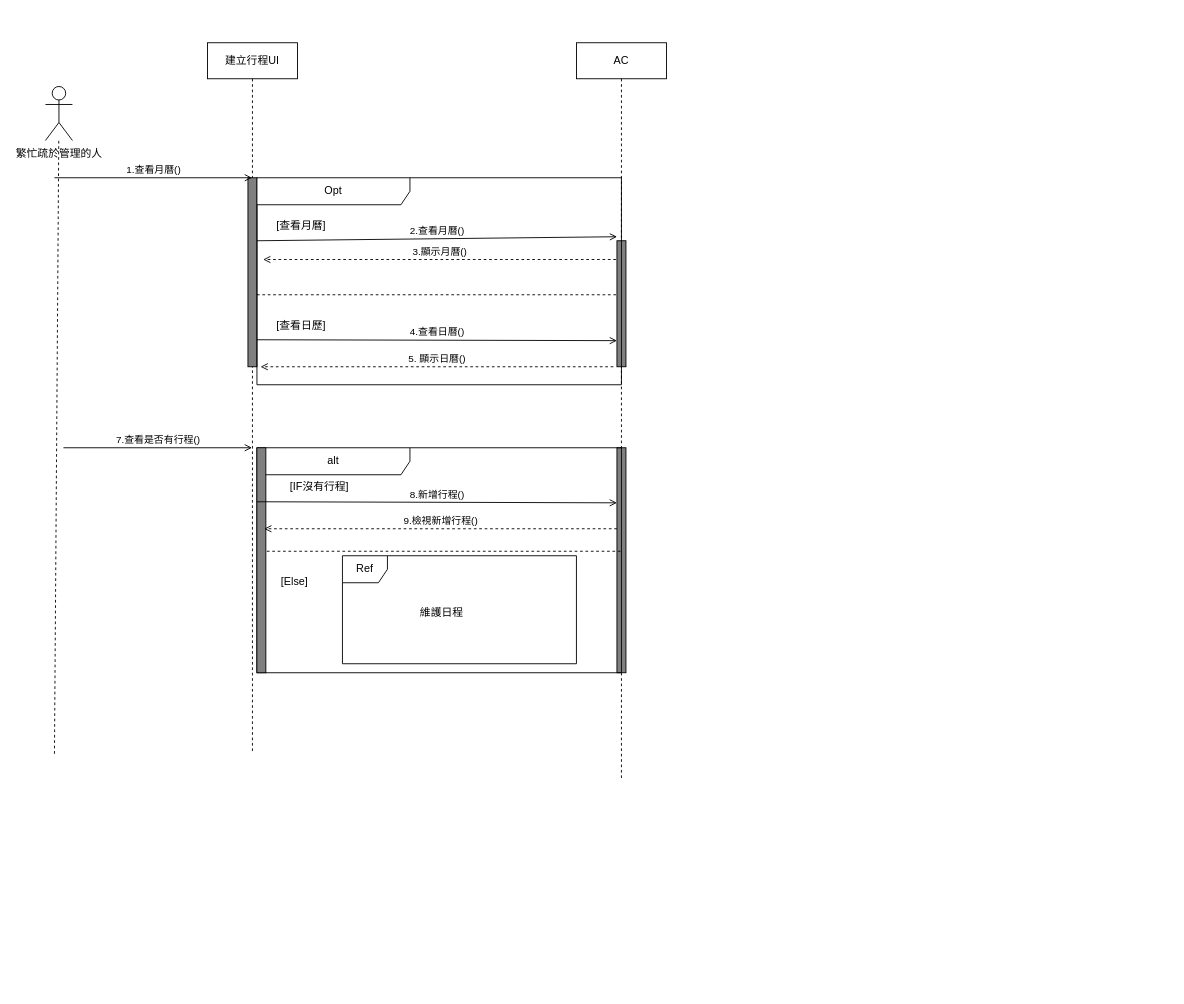
Kevincheng0804/Graduation-Topic keeps this draw.io diagram as 建立循序圖.drawio. Above is the earlier version. Source tidied: cells renumbered, new cells numbered last; positions are measured from the earlier drawing's top-left corner, leaving out a move shared by most shapes. Both pictures are drawn from the tidied source at 90%, with x=0, y=0 at pixel (45, 42).
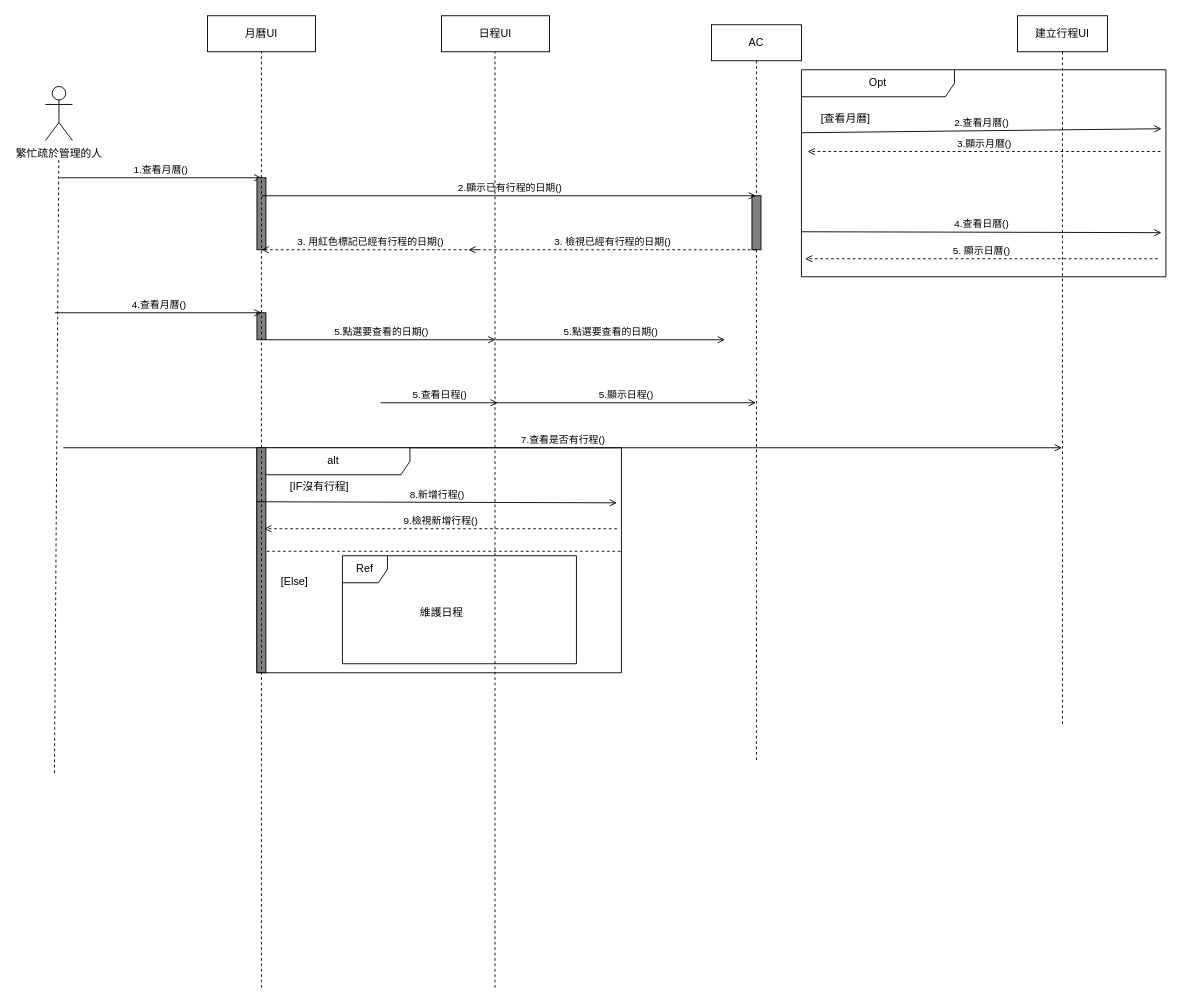
Above is the later version.

Commit message (it also covers changes not shown here):
更新建立循序圖.drawio

The change refers to these unchanged cells:
```xml
<mxCell id="2" value="繁忙疏於管理的人" style="shape=umlActor;verticalLabelPosition=bottom;verticalAlign=top;html=1;outlineConnect=0;" parent="1" vertex="1">
  <mxGeometry y="48.6" width="30" height="60" as="geometry" />
</mxCell>
```

The edit, as a diff of the source:
```diff
@@
     <mxCell id="3" value="AC" style="shape=umlLifeline;perimeter=lifelinePerimeter;whiteSpace=wrap;html=1;outlineConnect=0;portConstraint=eastwest;newEdgeStyle={&quot;edgeStyle&quot;:&quot;elbowEdgeStyle&quot;,&quot;elbow&quot;:&quot;vertical&quot;,&quot;curved&quot;:0,&quot;rounded&quot;:0};" parent="1" vertex="1">
-      <mxGeometry x="590" width="100" height="820" as="geometry" />
+      <mxGeometry x="740" y="-20" width="100" height="820" as="geometry" />
     </mxCell>
-    <mxCell id="4" style="html=1;perimeter=orthogonalPerimeter;targetShapes=umlLifeline;newEdgeStyle={&quot;curved&quot;:0,&quot;rounded&quot;:0};fillColor=#808080;" parent="3" vertex="1">
-      <mxGeometry x="45" y="220" width="10" height="140" as="geometry" />
-    </mxCell>
     <mxCell id="5" style="html=1;perimeter=orthogonalPerimeter;targetShapes=umlLifeline;newEdgeStyle={&quot;curved&quot;:0,&quot;rounded&quot;:0};fillColor=#808080;" parent="3" vertex="1">
-      <mxGeometry x="45" y="450" width="10" height="250" as="geometry" />
+      <mxGeometry x="45" y="190" width="10" height="60" as="geometry" />
     </mxCell>
     <mxCell id="6" value="建立行程UI" style="shape=umlLifeline;perimeter=lifelinePerimeter;whiteSpace=wrap;html=1;outlineConnect=0;portConstraint=eastwest;newEdgeStyle={&quot;edgeStyle&quot;:&quot;elbowEdgeStyle&quot;,&quot;elbow&quot;:&quot;vertical&quot;,&quot;curved&quot;:0,&quot;rounded&quot;:0};" parent="1" vertex="1">
-      <mxGeometry x="180" width="100" height="790" as="geometry" />
+      <mxGeometry x="1080" y="-30" width="100" height="790" as="geometry" />
     </mxCell>
-    <mxCell id="7" style="html=1;perimeter=orthogonalPerimeter;targetShapes=umlLifeline;newEdgeStyle={&quot;curved&quot;:0,&quot;rounded&quot;:0};fillColor=#808080;" parent="6" vertex="1">
-      <mxGeometry x="45" y="150" width="10" height="210" as="geometry" />
-    </mxCell>
-    <mxCell id="8" value="1.查看月曆()" style="html=1;verticalAlign=bottom;labelBackgroundColor=none;endArrow=open;endFill=0;rounded=0;" parent="1" edge="1" target="6">
+    <mxCell id="8" value="1.查看月曆()" style="html=1;verticalAlign=bottom;labelBackgroundColor=none;endArrow=open;endFill=0;rounded=0;" parent="1" edge="1">
       <mxGeometry relative="1" as="geometry">
-        <mxPoint x="10" y="150" as="sourcePoint" />
+        <mxPoint x="15.5" y="150" as="sourcePoint" />
+        <mxPoint x="240" y="150" as="targetPoint" />
       </mxGeometry>
     </mxCell>
-    <mxCell id="9" style="endArrow=none;dashed=1;html=1;rounded=0;" parent="1" edge="1" target="2">
+    <mxCell id="9" style="endArrow=none;dashed=1;html=1;rounded=0;" parent="1" edge="1">
       <mxGeometry relative="1" as="geometry">
-        <mxPoint x="10" y="790" as="sourcePoint" />
+        <mxPoint x="10" y="811.4" as="sourcePoint" />
+        <mxPoint x="14.8" y="130" as="targetPoint" />
       </mxGeometry>
     </mxCell>
     <mxCell id="10" value="Opt" style="shape=umlFrame;whiteSpace=wrap;html=1;width=170;" parent="1" vertex="1">
-      <mxGeometry x="235" y="150" width="405" height="230" as="geometry" />
+      <mxGeometry x="840" y="30" width="405" height="230" as="geometry" />
     </mxCell>
@@
-    <mxCell id="12" value="[查看日歷]" style="line;strokeWidth=1;dashed=1;labelPosition=center;verticalLabelPosition=bottom;align=left;verticalAlign=top;spacingLeft=20;spacingTop=15;html=1;whiteSpace=wrap;" parent="10" vertex="1">
-      <mxGeometry y="125" width="400" height="10" as="geometry" />
-    </mxCell>
@@
+    <mxCell id="26" value="月曆UI" style="rounded=0;whiteSpace=wrap;html=1;" parent="1" vertex="1">
+      <mxGeometry x="180" y="-30" width="120" height="40" as="geometry" />
+    </mxCell>
+    <mxCell id="27" value="日程UI" style="rounded=0;whiteSpace=wrap;html=1;" parent="1" vertex="1">
+      <mxGeometry x="440" y="-30" width="120" height="40" as="geometry" />
+    </mxCell>
+    <mxCell id="7" style="html=1;perimeter=orthogonalPerimeter;targetShapes=umlLifeline;newEdgeStyle={&quot;curved&quot;:0,&quot;rounded&quot;:0};fillColor=#808080;" parent="1" vertex="1">
+      <mxGeometry x="235" y="300" width="10" height="30" as="geometry" />
+    </mxCell>
+    <mxCell id="4" style="html=1;perimeter=orthogonalPerimeter;targetShapes=umlLifeline;newEdgeStyle={&quot;curved&quot;:0,&quot;rounded&quot;:0};fillColor=#808080;" parent="1" vertex="1">
+      <mxGeometry x="235" y="150" width="10" height="80" as="geometry" />
+    </mxCell>
+    <mxCell id="28" style="endArrow=none;dashed=1;html=1;rounded=0;entryX=0.5;entryY=1;entryDx=0;entryDy=0;" parent="1" edge="1" target="26">
+      <mxGeometry relative="1" as="geometry">
+        <mxPoint x="240" y="1050" as="sourcePoint" />
+      </mxGeometry>
+    </mxCell>
+    <mxCell id="29" value="2.顯示已有行程的日期()" style="html=1;verticalAlign=bottom;labelBackgroundColor=none;endArrow=open;endFill=0;rounded=0;" parent="1" edge="1" target="3">
+      <mxGeometry relative="1" as="geometry">
+        <mxPoint x="240.5" y="170" as="sourcePoint" />
+      </mxGeometry>
+    </mxCell>
+    <mxCell id="30" value="3. 用紅色標記已經有行程的日期&lt;span style=&quot;background-color: initial;&quot;&gt;()&lt;/span&gt;" style="html=1;verticalAlign=bottom;labelBackgroundColor=none;endArrow=open;endFill=0;dashed=1;rounded=0;" parent="1" edge="1">
+      <mxGeometry relative="1" as="geometry">
+        <mxPoint x="480.5" y="230" as="sourcePoint" />
+        <mxPoint x="240" y="230" as="targetPoint" />
+      </mxGeometry>
+    </mxCell>
+    <mxCell id="31" style="endArrow=none;dashed=1;html=1;rounded=0;entryX=0.5;entryY=1;entryDx=0;entryDy=0;" parent="1" edge="1">
+      <mxGeometry relative="1" as="geometry">
+        <mxPoint x="499.5" y="1050" as="sourcePoint" />
+        <mxPoint x="499.5" y="10" as="targetPoint" />
+      </mxGeometry>
+    </mxCell>
+    <mxCell id="32" value="4.查看月曆()" style="html=1;verticalAlign=bottom;labelBackgroundColor=none;endArrow=open;endFill=0;rounded=0;" parent="1" edge="1">
+      <mxGeometry relative="1" as="geometry">
+        <mxPoint x="10.5" y="300" as="sourcePoint" />
+        <mxPoint x="240" y="300" as="targetPoint" />
+      </mxGeometry>
+    </mxCell>
+    <mxCell id="33" value="5.點選要查看的日期()" style="html=1;verticalAlign=bottom;labelBackgroundColor=none;endArrow=open;endFill=0;rounded=0;" parent="1" edge="1">
+      <mxGeometry relative="1" as="geometry">
+        <mxPoint x="245" y="330" as="sourcePoint" />
+        <mxPoint x="500" y="330" as="targetPoint" />
+      </mxGeometry>
+    </mxCell>
+    <mxCell id="34" value="3. 檢視已經有行程的日期&lt;span style=&quot;background-color: initial;&quot;&gt;()&lt;/span&gt;" style="html=1;verticalAlign=bottom;labelBackgroundColor=none;endArrow=open;endFill=0;dashed=1;rounded=0;entryX=-0.001;entryY=0.412;entryDx=0;entryDy=0;entryPerimeter=0;" parent="1" edge="1" source="3">
+      <mxGeometry relative="1" as="geometry">
+        <mxPoint x="470" y="230" as="targetPoint" />
+      </mxGeometry>
+    </mxCell>
+    <mxCell id="35" value="5.查看日程()" style="html=1;verticalAlign=bottom;labelBackgroundColor=none;endArrow=open;endFill=0;rounded=0;" parent="1" edge="1">
+      <mxGeometry relative="1" as="geometry">
+        <mxPoint x="372.5" y="400" as="sourcePoint" />
+        <mxPoint x="502.5" y="400" as="targetPoint" />
+      </mxGeometry>
+    </mxCell>
+    <mxCell id="36" value="5.顯示日程()" style="html=1;verticalAlign=bottom;labelBackgroundColor=none;endArrow=open;endFill=0;rounded=0;" parent="1" edge="1">
+      <mxGeometry relative="1" as="geometry">
+        <mxPoint x="500" y="400" as="sourcePoint" />
+        <mxPoint x="789.5" y="400" as="targetPoint" />
+      </mxGeometry>
+    </mxCell>
+    <mxCell id="37" value="5.點選要查看的日期()" style="html=1;verticalAlign=bottom;labelBackgroundColor=none;endArrow=open;endFill=0;rounded=0;" parent="1" edge="1">
+      <mxGeometry relative="1" as="geometry">
+        <mxPoint x="500" y="330" as="sourcePoint" />
+        <mxPoint x="755" y="330" as="targetPoint" />
+      </mxGeometry>
+    </mxCell>
```
